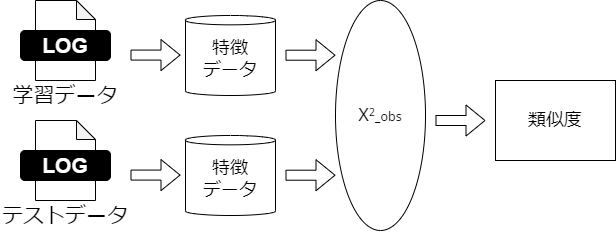
The draw.io diagram 4/experiment.png in SuperTikuwa/thesis-images, before a commit. Source tidied: cells renumbered, new cells last; positions are measured from the earlier drawing's top-left corner, leaving out a move shared by most shapes.
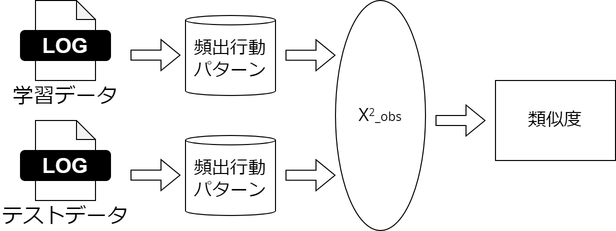
After the change.

The edit, as a diff of the source:
```diff
@@ -50,10 +50,10 @@
         <mxPoint x="180" y="174.6" as="targetPoint" />
       </mxGeometry>
     </mxCell>
-    <mxCell id="16" value="特徴&lt;br style=&quot;border-color: var(--border-color);&quot;&gt;データ" style="shape=cylinder3;whiteSpace=wrap;html=1;boundedLbl=1;backgroundOutline=1;size=4.666666666666799;labelBackgroundColor=none;fontSize=18;fontColor=#000000;fillColor=#FFFFFF;" parent="1" vertex="1">
+    <mxCell id="16" value="頻出行動&lt;br style=&quot;border-color: var(--border-color);&quot;&gt;パターン" style="shape=cylinder3;whiteSpace=wrap;html=1;boundedLbl=1;backgroundOutline=1;size=4.666666666666799;labelBackgroundColor=none;fontSize=18;fontColor=#000000;fillColor=#FFFFFF;" parent="1" vertex="1">
       <mxGeometry x="185" y="135" width="90" height="80" as="geometry" />
     </mxCell>
-    <mxCell id="17" value="特徴&lt;br style=&quot;border-color: var(--border-color);&quot;&gt;データ" style="shape=cylinder3;whiteSpace=wrap;html=1;boundedLbl=1;backgroundOutline=1;size=4.666666666666799;labelBackgroundColor=none;fontSize=18;fontColor=#000000;fillColor=#FFFFFF;" parent="1" vertex="1">
+    <mxCell id="17" value="頻出行動&lt;br&gt;パターン" style="shape=cylinder3;whiteSpace=wrap;html=1;boundedLbl=1;backgroundOutline=1;size=4.666666666666799;labelBackgroundColor=none;fontSize=18;fontColor=#000000;fillColor=#FFFFFF;" parent="1" vertex="1">
       <mxGeometry x="185" y="15" width="90" height="80" as="geometry" />
     </mxCell>
     <mxCell id="18" style="shape=flexArrow;endArrow=classic;html=1;rounded=0;fontSize=18;fontColor=#000000;" parent="1" edge="1">
```
